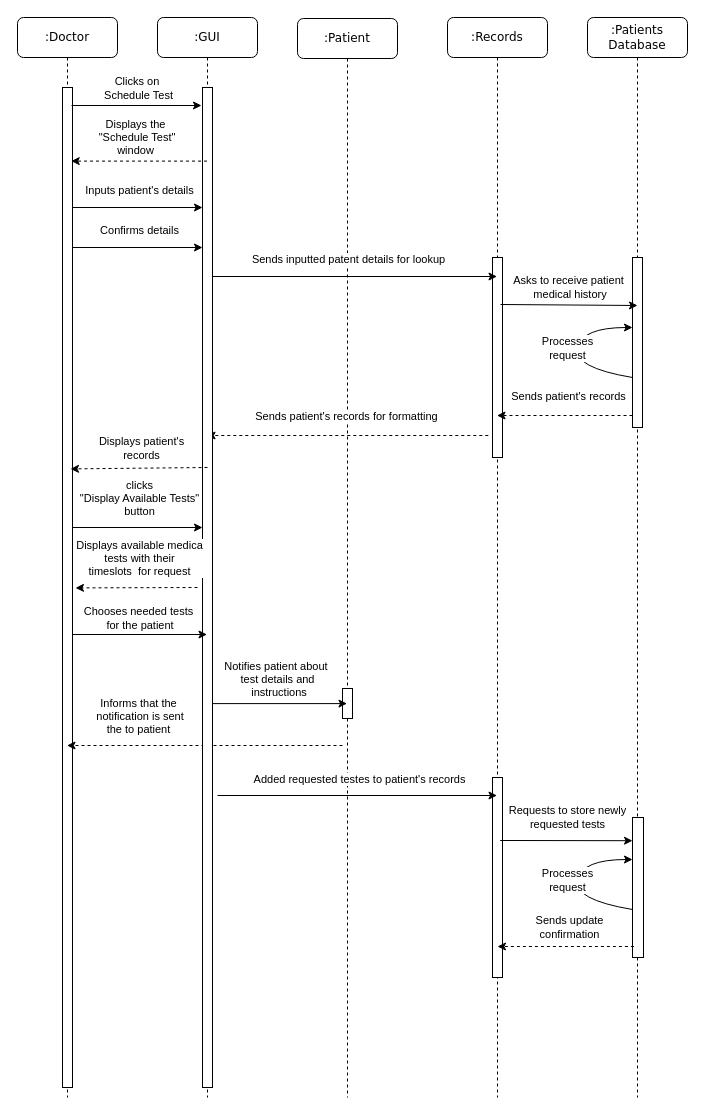
Above: Project Milestone 2/Sequence_5.drawio in SENG-350-2024-fall/Team-6 (draw.io), before the change. Source tidied: cells renumbered, new cells numbered last; positions are measured from the earlier drawing's top-left corner, leaving out a move shared by most shapes. Both pictures are drawn from the tidied source at 100%, with x=0, y=0 at pixel (17, 17).
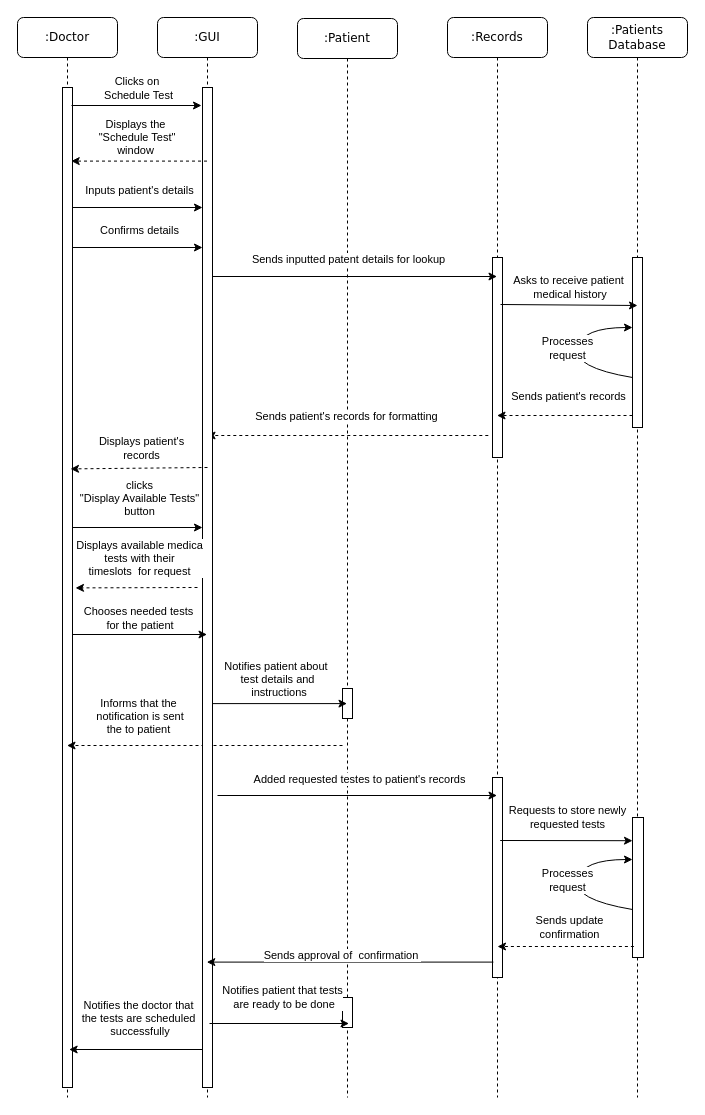
Above is the later version.

Unchanged cells that the change refers to:
```xml
<mxCell id="3" style="html=1;points=[];perimeter=orthogonalPerimeter;rounded=0;shadow=0;comic=0;labelBackgroundColor=none;strokeWidth=1;fontFamily=Verdana;fontSize=12;align=center;" parent="2" vertex="1">
  <mxGeometry x="45" y="70" width="10" height="1000" as="geometry" />
</mxCell>
<mxCell id="20" value=":Patient" style="shape=umlLifeline;perimeter=lifelinePerimeter;whiteSpace=wrap;html=1;rounded=1;shadow=0;comic=0;labelBackgroundColor=none;strokeWidth=1;fontFamily=Verdana;fontSize=12;align=center;" parent="1" vertex="1">
  <mxGeometry x="280" y="1" width="100" height="1079" as="geometry" />
</mxCell>
<mxCell id="29" style="html=1;points=[];perimeter=orthogonalPerimeter;rounded=0;shadow=0;comic=0;labelBackgroundColor=none;strokeWidth=1;fontFamily=Verdana;fontSize=12;align=center;" parent="28" vertex="1">
  <mxGeometry x="45" y="70" width="10" height="1000" as="geometry" />
</mxCell>
```

Diff of the diagram source:
```diff
@@
+    <mxCell id="52" style="html=1;perimeter=orthogonalPerimeter;rounded=0;shadow=0;comic=0;labelBackgroundColor=none;strokeWidth=1;fontFamily=Verdana;fontSize=12;align=center;" parent="20" vertex="1">
+      <mxGeometry x="45" y="979" width="10" height="30" as="geometry" />
+    </mxCell>
@@
+    <mxCell id="53" style="endArrow=classic;html=1;rounded=0;exitX=0.094;exitY=0.933;exitDx=0;exitDy=0;exitPerimeter=0;" parent="1" edge="1">
+      <mxGeometry relative="1" as="geometry">
+        <mxPoint x="475.9" y="944.6" as="sourcePoint" />
+        <mxPoint x="189.3" y="944.6" as="targetPoint" />
+      </mxGeometry>
+    </mxCell>
+    <mxCell id="54" value="Sends approval of&amp;nbsp; confirmation&amp;nbsp;" style="edgeLabel;html=1;align=center;verticalAlign=middle;" parent="53" vertex="1">
+      <mxGeometry x="0.41" y="-2" relative="1" as="geometry">
+        <mxPoint x="51" y="-5" as="offset" />
+      </mxGeometry>
+    </mxCell>
+    <mxCell id="55" style="endArrow=classic;html=1;rounded=0;" parent="1" edge="1">
+      <mxGeometry relative="1" as="geometry">
+        <mxPoint x="192" y="1006" as="sourcePoint" />
+        <mxPoint x="331.5" y="1006" as="targetPoint" />
+      </mxGeometry>
+    </mxCell>
+    <mxCell id="56" value="Notifies patient that tests&lt;br&gt;&amp;nbsp;are ready to be done" style="edgeLabel;html=1;align=center;verticalAlign=middle;" parent="55" vertex="1">
+      <mxGeometry x="0.3" y="-4" relative="1" as="geometry">
+        <mxPoint x="-19" y="-31" as="offset" />
+      </mxGeometry>
+    </mxCell>
+    <mxCell id="57" style="endArrow=classic;html=1;rounded=0;entryX=0.663;entryY=0.962;entryDx=0;entryDy=0;entryPerimeter=0;" parent="1" edge="1" source="29" target="3">
+      <mxGeometry relative="1" as="geometry" />
+    </mxCell>
+    <mxCell id="58" value="Notifies the doctor that&lt;br&gt;the tests are scheduled&lt;br&gt;&amp;nbsp;successfully" style="edgeLabel;html=1;align=center;verticalAlign=middle;" parent="57" vertex="1">
+      <mxGeometry x="-0.22" y="-1" relative="1" as="geometry">
+        <mxPoint x="-13" y="-31" as="offset" />
+      </mxGeometry>
+    </mxCell>
```
